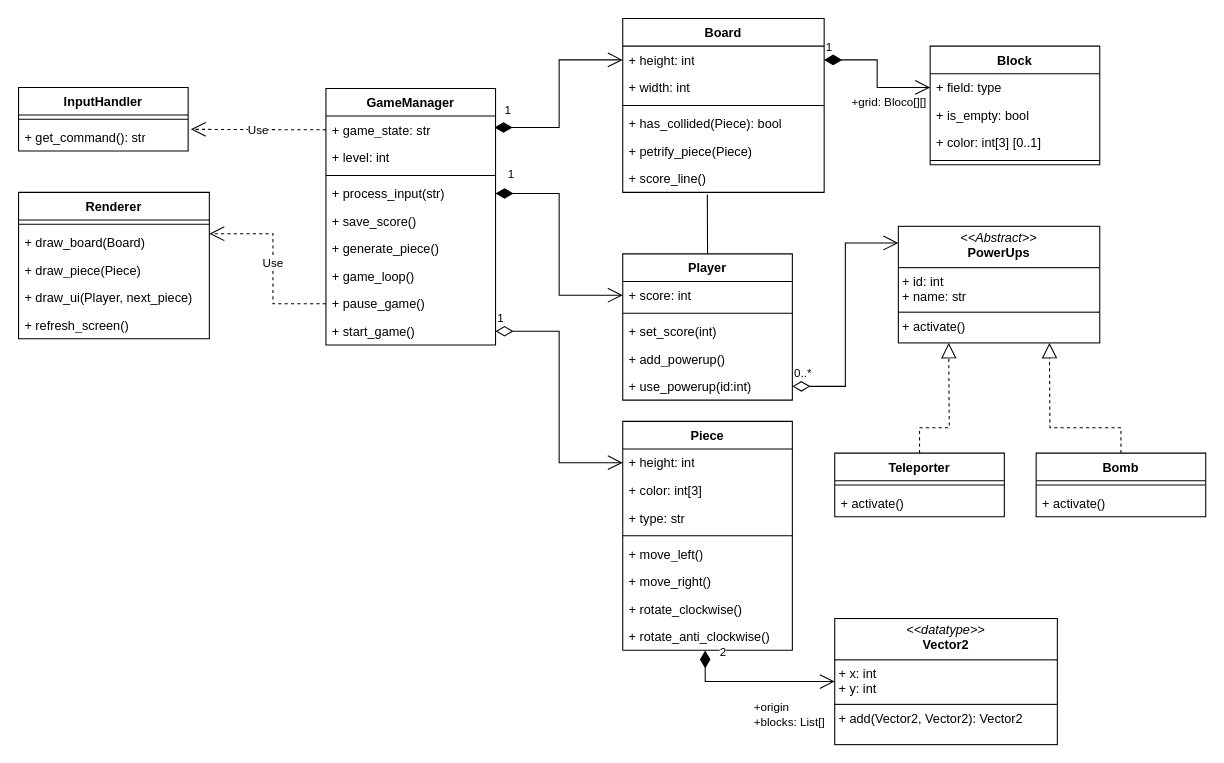
The draw.io diagram UML/fallock-class-diagram.drawio in LuizHPio/Fallock, before the edit. Source tidied: cells renumbered, new cells numbered last; positions are measured from the earlier drawing's top-left corner, leaving out a move shared by most shapes. Both pictures are drawn from the tidied source at 106%, with x=0, y=0 at pixel (18, 18).
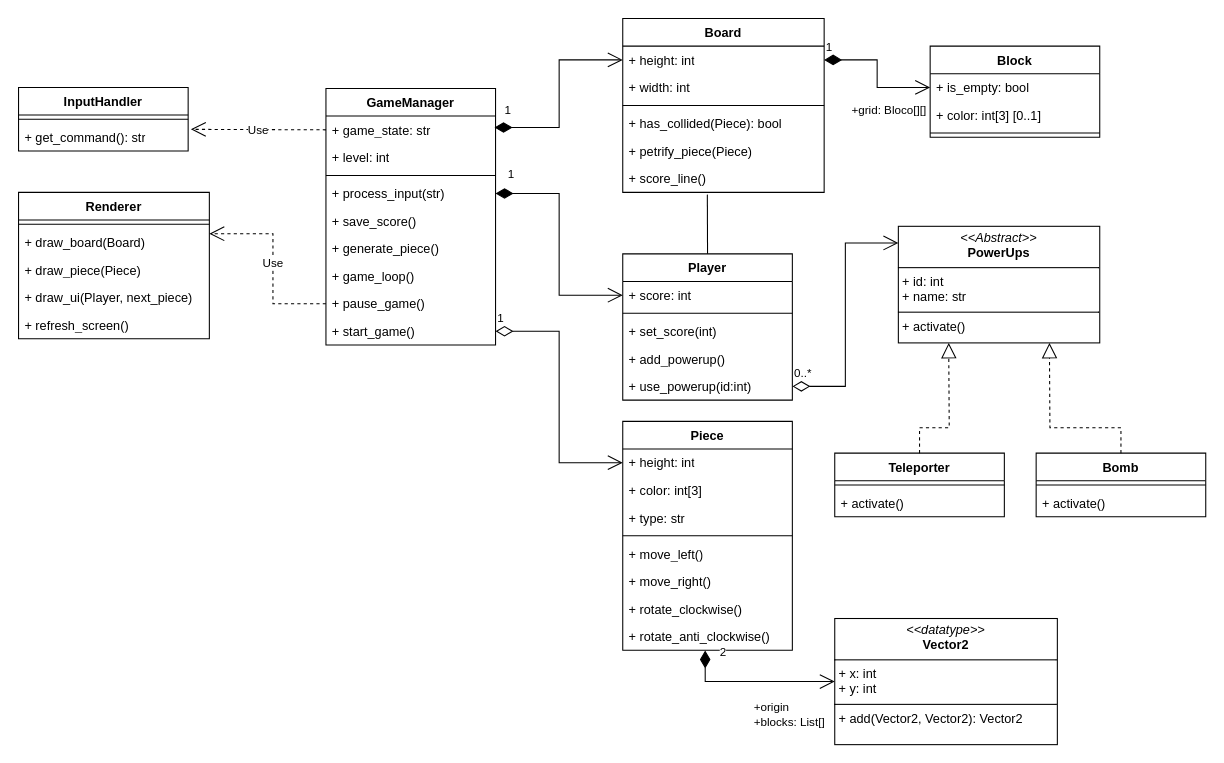
The same page after the edit.

Unchanged cells that the change refers to:
```xml
<mxCell id="13" value="+ height: int" style="text;strokeColor=none;fillColor=none;align=left;verticalAlign=top;spacingLeft=4;spacingRight=4;overflow=hidden;points=[[0,0.5],[1,0.5]];portConstraint=eastwest;whiteSpace=wrap;html=1;" parent="12" vertex="1">
  <mxGeometry y="26" width="190" height="26" as="geometry" />
</mxCell>
```

Diff of the diagram source:
```diff
@@
     <mxCell id="37" value="Block" style="swimlane;fontStyle=1;align=center;verticalAlign=top;horizontal=1;startSize=26;whiteSpace=wrap;html=1;" parent="1" vertex="1">
-      <mxGeometry x="860" y="26" width="160" height="112" as="geometry" />
+      <mxGeometry x="860" y="26" width="160" height="86" as="geometry" />
     </mxCell>
-    <mxCell id="38" value="+ field: type" style="text;strokeColor=none;fillColor=none;align=left;verticalAlign=top;spacingLeft=4;spacingRight=4;overflow=hidden;points=[[0,0.5],[1,0.5]];portConstraint=eastwest;whiteSpace=wrap;html=1;" parent="37" vertex="1">
-      <mxGeometry y="26" width="160" height="26" as="geometry" />
-    </mxCell>
     <mxCell id="39" value="+ is_empty: bool" style="text;strokeColor=none;fillColor=none;align=left;verticalAlign=top;spacingLeft=4;spacingRight=4;overflow=hidden;points=[[0,0.5],[1,0.5]];portConstraint=eastwest;whiteSpace=wrap;html=1;" parent="37" vertex="1">
-      <mxGeometry y="52" width="160" height="26" as="geometry" />
+      <mxGeometry y="26" width="160" height="26" as="geometry" />
     </mxCell>
     <mxCell id="40" value="+ color: int[3] [0..1]" style="text;strokeColor=none;fillColor=none;align=left;verticalAlign=top;spacingLeft=4;spacingRight=4;overflow=hidden;whiteSpace=wrap;html=1;" parent="37" vertex="1">
-      <mxGeometry y="78" width="160" height="26" as="geometry" />
+      <mxGeometry y="52" width="160" height="26" as="geometry" />
     </mxCell>
     <mxCell id="41" style="line;strokeWidth=1;fillColor=none;align=left;verticalAlign=middle;spacingTop=-1;spacingLeft=3;spacingRight=3;labelPosition=right;strokeColor=inherit;" parent="37" vertex="1">
-      <mxGeometry y="104" width="160" height="8" as="geometry" />
+      <mxGeometry y="78" width="160" height="8" as="geometry" />
     </mxCell>
-    <mxCell id="42" value="1" style="endArrow=open;html=1;endSize=12;startArrow=diamondThin;startSize=14;startFill=1;edgeStyle=orthogonalEdgeStyle;align=left;verticalAlign=bottom;rounded=0;exitX=1;exitY=0.5;exitDx=0;exitDy=0;entryX=0;entryY=0.5;entryDx=0;entryDy=0;" parent="1" edge="1" source="13" target="38">
-      <mxGeometry x="-1" y="3" relative="1" as="geometry" />
+    <mxCell id="42" value="1" style="endArrow=open;html=1;endSize=12;startArrow=diamondThin;startSize=14;startFill=1;edgeStyle=orthogonalEdgeStyle;align=left;verticalAlign=bottom;rounded=0;exitX=1;exitY=0.5;exitDx=0;exitDy=0;entryX=0;entryY=0.5;entryDx=0;entryDy=0;" parent="1" edge="1" source="13" target="39">
+      <mxGeometry x="-1" y="3" relative="1" as="geometry">
+        <Array as="points">
+          <mxPoint x="810" y="39" />
+          <mxPoint x="810" y="65" />
+        </Array>
+      </mxGeometry>
     </mxCell>
     <mxCell id="43" value="+grid: Bloco[][]" style="edgeLabel;html=1;align=center;verticalAlign=middle;" parent="42" vertex="1">
       <mxGeometry x="0.5" y="1" relative="1" as="geometry">
-        <mxPoint x="-9" y="14" as="offset" />
+        <mxPoint x="-9" y="22" as="offset" />
       </mxGeometry>
     </mxCell>
```
